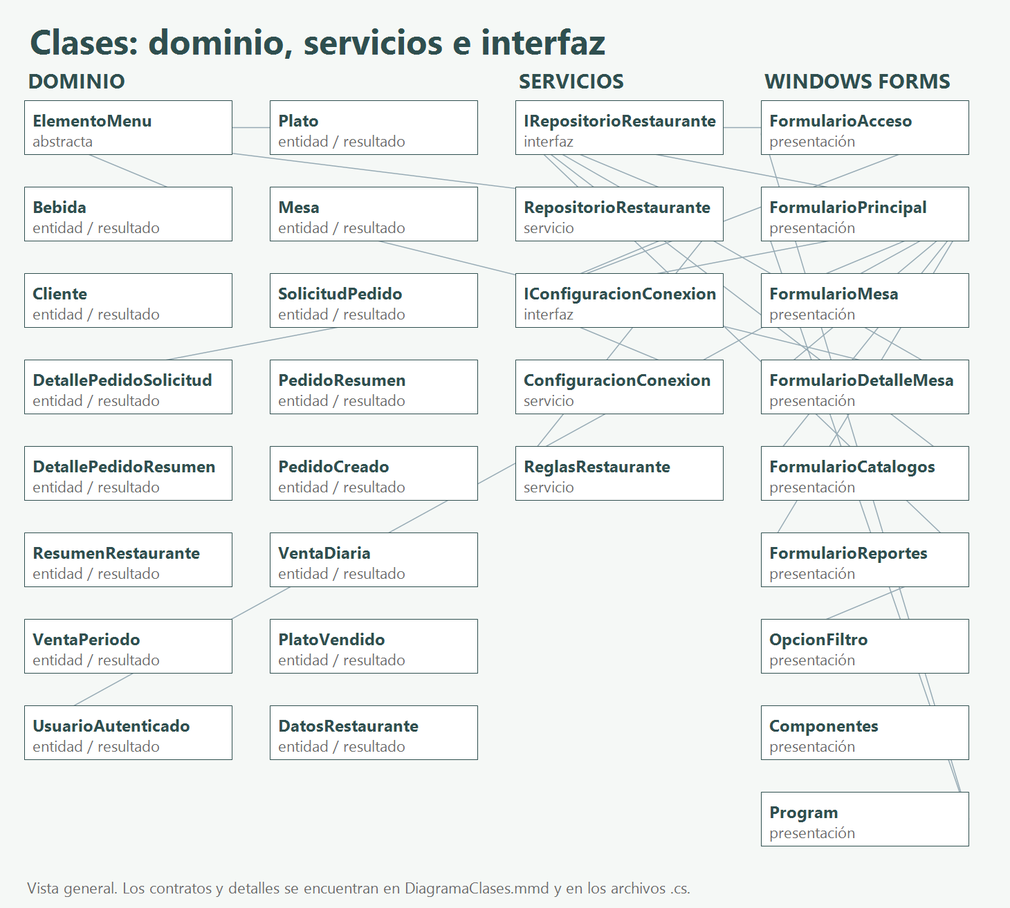
Above: restaurante2/Diagramas/DiagramaClases.png in ivanc-93/restaurante (Mermaid), before the change. Its source is kept beside it as restaurante2/Diagramas/DiagramaClases.mmd.
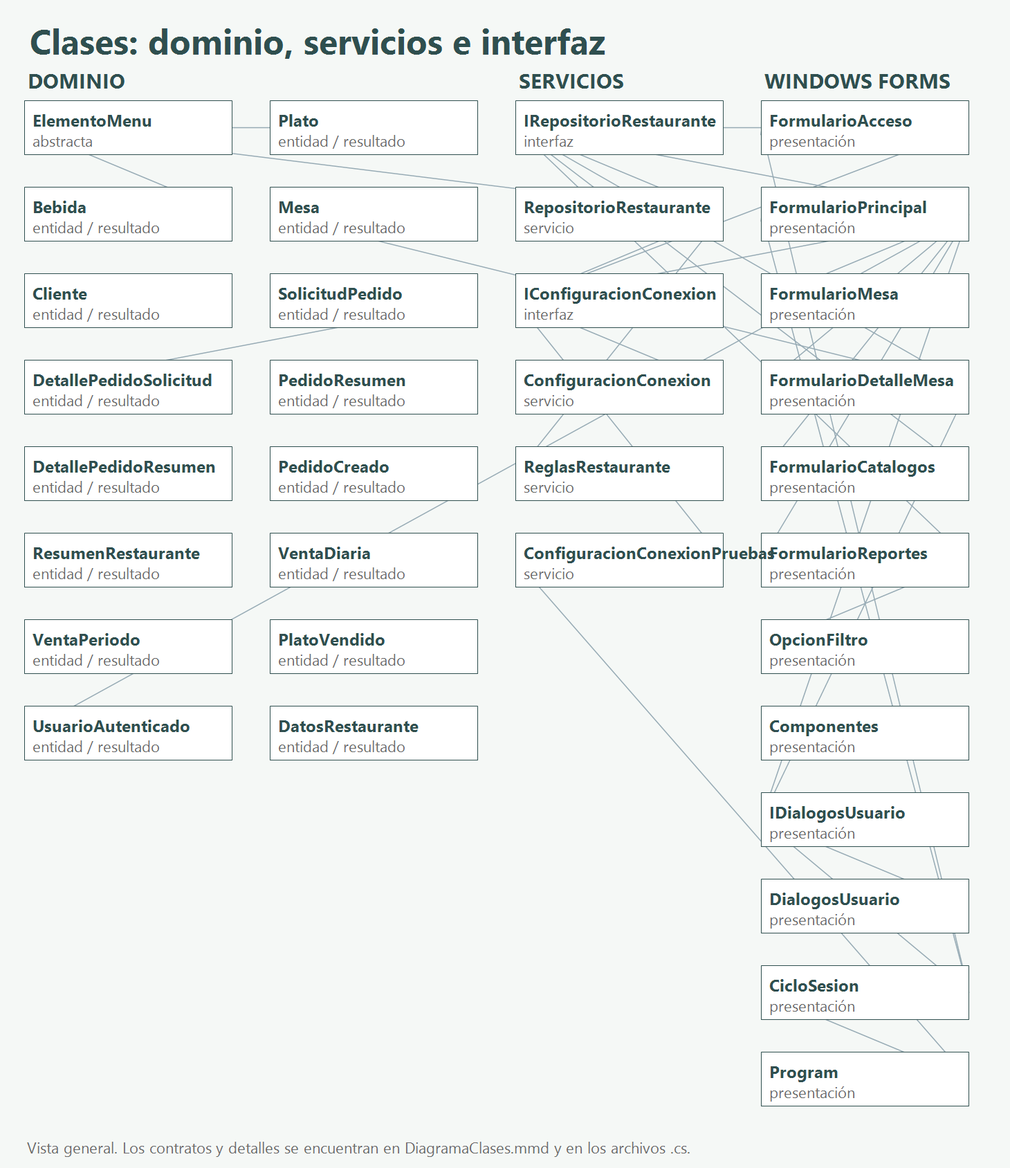
After the change.

The edit, as a diff of the source:
```diff
@@ -90,6 +90,16 @@
     class FormularioReportes
     class OpcionFiltro
     class Componentes
+    class IDialogosUsuario {
+        <<interface>>
+        +Mostrar(propietario, mensaje, titulo, botones, icono) DialogResult
+    }
+    class DialogosUsuario
+    class CicloSesion {
+        <<static>>
+        +Ejecutar(repositorio, configuracion, dialogos) void
+    }
+    class ConfiguracionConexionPruebas
     class Program
     ElementoMenu <|-- Plato
     ElementoMenu <|-- Bebida
@@ -113,5 +123,13 @@
     FormularioCatalogos --> IRepositorioRestaurante
     FormularioReportes --> IRepositorioRestaurante
     FormularioReportes ..> OpcionFiltro
-    Program ..> FormularioAcceso
-    Program ..> FormularioPrincipal
+    Program ..> CicloSesion
+    Program ..> ConfiguracionConexionPruebas
+
+    IDialogosUsuario <|.. DialogosUsuario
+    IConfiguracionConexion <|.. ConfiguracionConexionPruebas
+    CicloSesion ..> FormularioAcceso
+    CicloSesion ..> FormularioPrincipal
+    CicloSesion --> IDialogosUsuario
+    FormularioPrincipal --> IDialogosUsuario
+    FormularioDetalleMesa --> IDialogosUsuario
```
